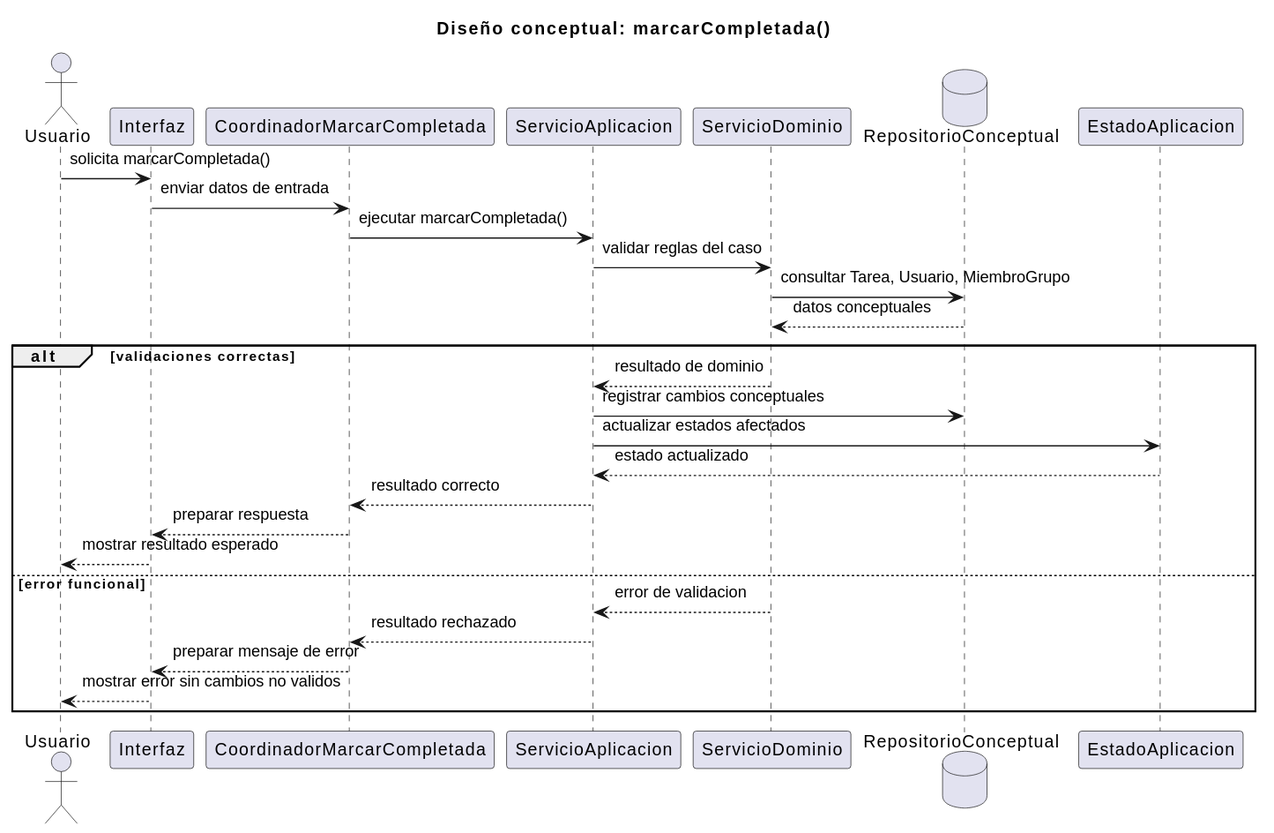
The PlantUML diagram documents/RUP/02-diseño/casos-uso/gestion-tareas/marcarCompletada/secuencia.svg in inigovaqueroo04/25-26-idsw2-sdVC, before a commit.
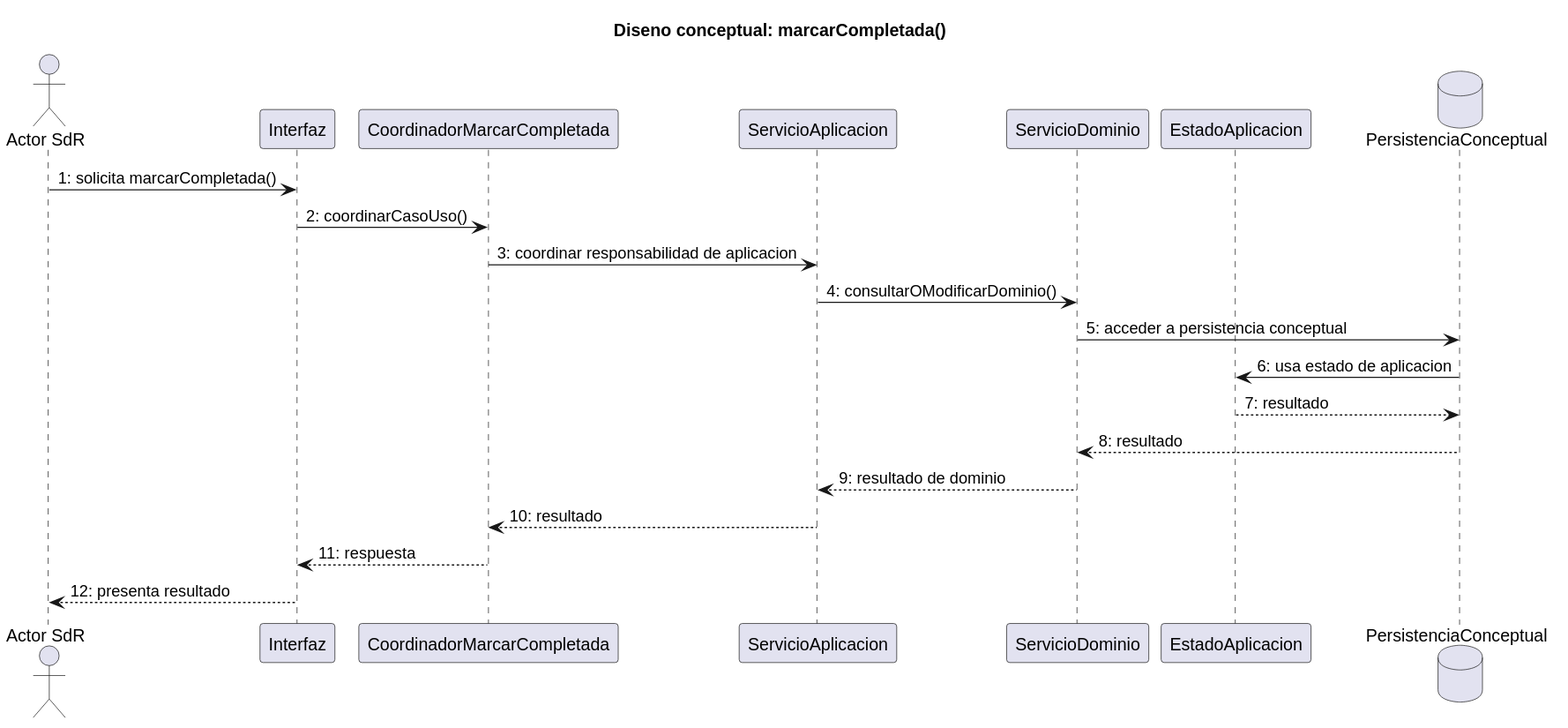
After the change.

Commit message:
docs: ajustar diseno de marcar completada

What changed in the source:
```diff
@@ -1,33 +1,24 @@
 @startuml
-title Diseño conceptual: marcarCompletada()
+title Diseno conceptual: marcarCompletada()
 
-actor "Usuario" as Usuario
+actor "Actor SdR" as Actor
 participant "Interfaz" as Interfaz
 participant "CoordinadorMarcarCompletada" as Coordinador
 participant "ServicioAplicacion" as ServicioAplicacion
 participant "ServicioDominio" as ServicioDominio
-database "RepositorioConceptual" as Repositorio
 participant "EstadoAplicacion" as EstadoAplicacion
+database "PersistenciaConceptual" as Persistencia
 
-Usuario -> Interfaz : solicita marcarCompletada()
-Interfaz -> Coordinador : enviar datos de entrada
-Coordinador -> ServicioAplicacion : ejecutar marcarCompletada()
-ServicioAplicacion -> ServicioDominio : validar reglas del caso
-ServicioDominio -> Repositorio : consultar Tarea, Usuario, MiembroGrupo
-Repositorio --> ServicioDominio : datos conceptuales
-
-alt validaciones correctas
-  ServicioDominio --> ServicioAplicacion : resultado de dominio
-  ServicioAplicacion -> Repositorio : registrar cambios conceptuales
-  ServicioAplicacion -> EstadoAplicacion : actualizar estados afectados
-  EstadoAplicacion --> ServicioAplicacion : estado actualizado
-  ServicioAplicacion --> Coordinador : resultado correcto
-  Coordinador --> Interfaz : preparar respuesta
-  Interfaz --> Usuario : mostrar resultado esperado
-else error funcional
-  ServicioDominio --> ServicioAplicacion : error de validacion
-  ServicioAplicacion --> Coordinador : resultado rechazado
-  Coordinador --> Interfaz : preparar mensaje de error
-  Interfaz --> Usuario : mostrar error sin cambios no validos
-end
+Actor -> Interfaz : 1: solicita marcarCompletada()
+Interfaz -> Coordinador : 2: coordinarCasoUso()
+Coordinador -> ServicioAplicacion : 3: coordinar responsabilidad de aplicacion
+ServicioAplicacion -> ServicioDominio : 4: consultarOModificarDominio()
+ServicioDominio -> Persistencia : 5: acceder a persistencia conceptual
+Persistencia -> EstadoAplicacion : 6: usa estado de aplicacion
+EstadoAplicacion --> Persistencia : 7: resultado
+Persistencia --> ServicioDominio : 8: resultado
+ServicioDominio --> ServicioAplicacion : 9: resultado de dominio
+ServicioAplicacion --> Coordinador : 10: resultado
+Coordinador --> Interfaz : 11: respuesta
+Interfaz --> Actor : 12: presenta resultado
 @enduml
```
